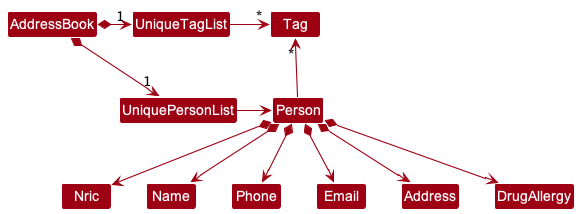
Above: docs/images/BetterNricModelClassDiagram.png in nus-cs2103-AY2223S2/tp (PlantUML), before the change. Its source is kept beside it as docs/diagrams/BetterNricModelClassDiagram.puml.
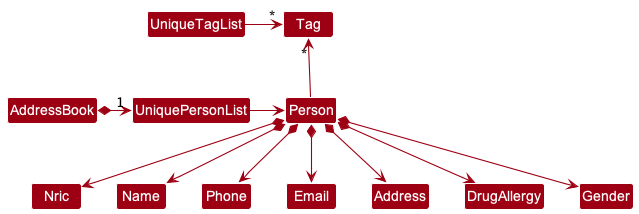
The same file after the commit.

Commit message:
Edit DG for Find command implementation and included Find command Sequence diagram

Diff of the diagram source:
```diff
@@ -18,4 +18,5 @@
 Person *--> Email
 Person *--> Address
 Person *--> DrugAllergy
+Person *--> Gender
 @enduml
```
